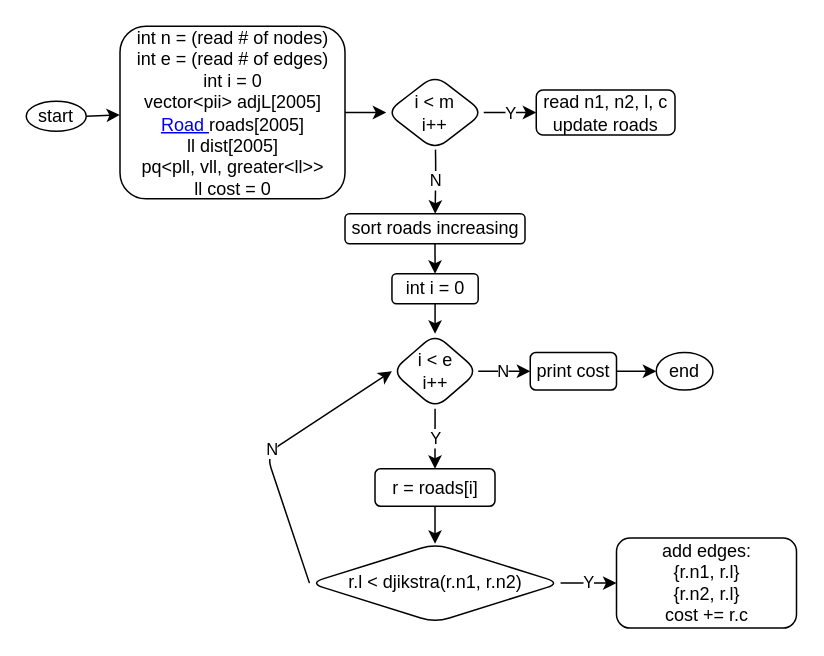
This is page "main" (1 of 3) of c++/cccPractice/problems/senior/2023/design/s4-2.dio from andrew-canada/gomoku, a draw.io file, before an edit. Source tidied: cells renumbered, new cells numbered last; positions are measured from the earlier drawing's top-left corner, leaving out a move shared by most shapes. Both pictures are drawn from the tidied source at 150%, with x=0, y=0 at pixel (26, 26).
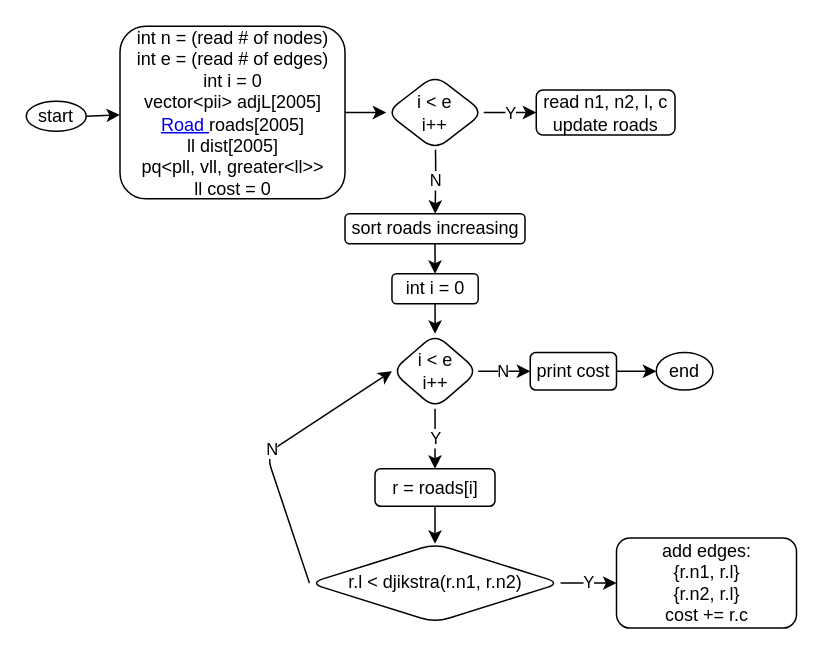
Above is the later version.

The edit, as a diff of the source:
```diff
@@
-    <mxCell id="8" value="i &amp;lt; m&lt;br&gt;i++" style="rhombus;whiteSpace=wrap;html=1;rounded=1;" parent="1" vertex="1">
+    <mxCell id="8" value="i &amp;lt; e&lt;br&gt;i++" style="rhombus;whiteSpace=wrap;html=1;rounded=1;" parent="1" vertex="1">
       <mxGeometry x="240" y="32.5" width="65" height="50" as="geometry" />
     </mxCell>
```
